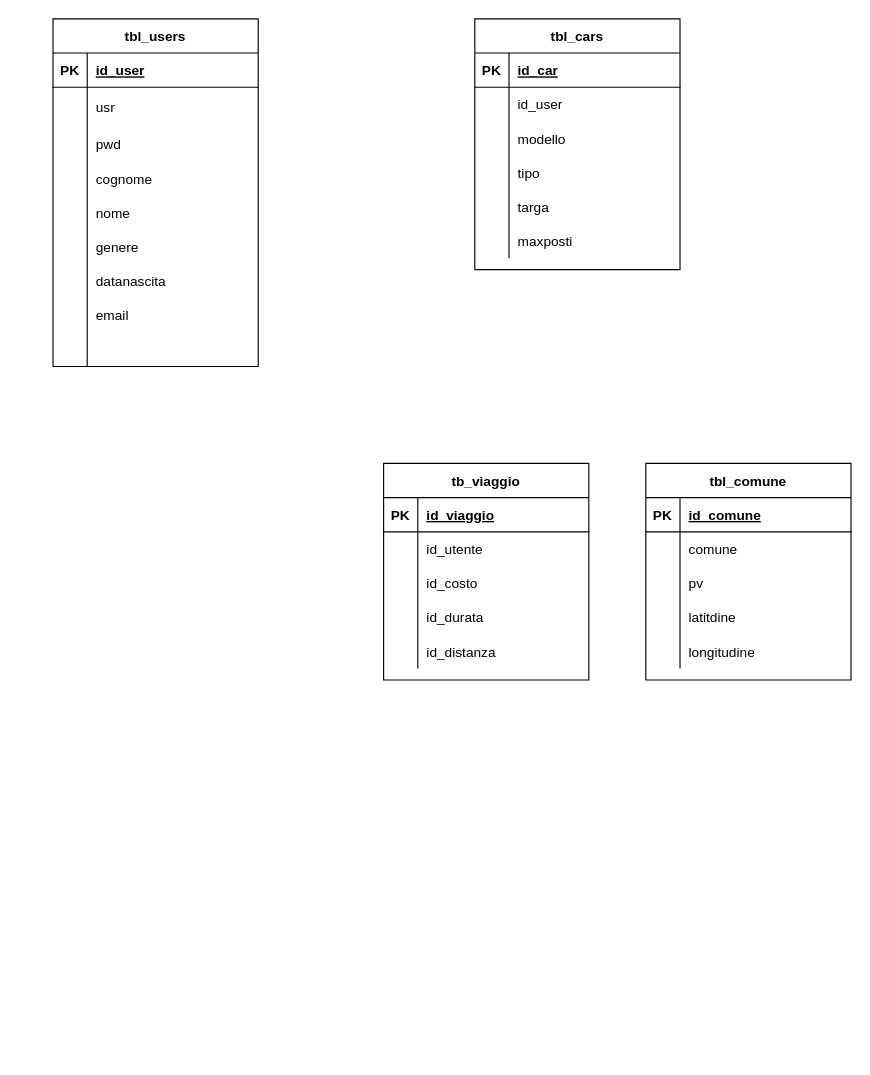
This is blablacar.drawio from andreabesso/andreabesso, a draw.io file, before an edit. Source tidied: cells renumbered, new cells numbered last; positions are measured from the earlier drawing's top-left corner, leaving out a move shared by most shapes. Both pictures are drawn from the tidied source at 114%, with x=0, y=0 at pixel (52, 18).
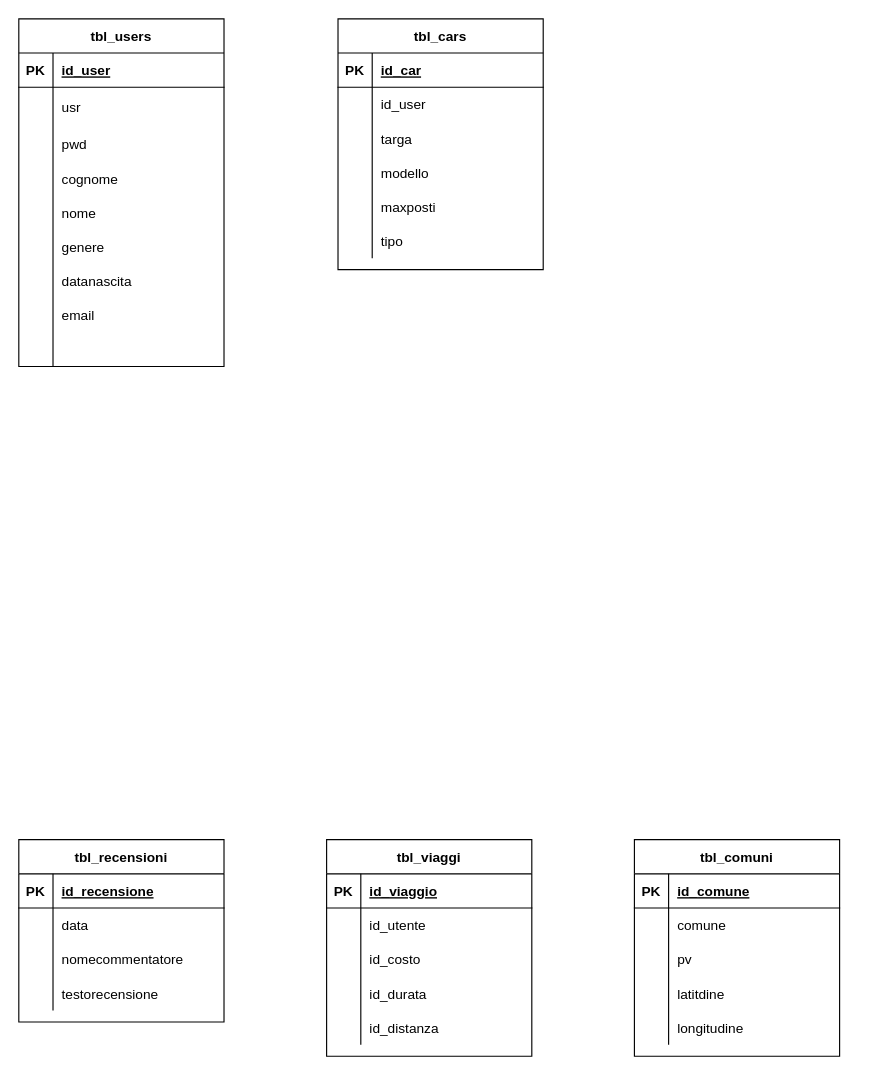
Above is the later version.

The edit, as a diff of the source:
```diff
@@
-    <mxCell id="2" value="tb_viaggio" style="shape=table;startSize=30;childLayout=tableLayout;rowLines=0;fontStyle=1;align=center;" parent="1" vertex="1">
-      <mxGeometry x="290" y="390" width="180" height="190" as="geometry" />
+    <mxCell id="2" value="tbl_viaggi" style="shape=table;startSize=30;childLayout=tableLayout;rowLines=0;fontStyle=1;align=center;" parent="1" vertex="1">
+      <mxGeometry x="240" y="720" width="180" height="190" as="geometry" />
     </mxCell>
@@
-    <mxCell id="18" value="tbl_comune" style="shape=table;startSize=30;childLayout=tableLayout;rowLines=0;fontStyle=1;align=center;" parent="1" vertex="1">
-      <mxGeometry x="520" y="390" width="180" height="190" as="geometry" />
+    <mxCell id="18" value="tbl_comuni" style="shape=table;startSize=30;childLayout=tableLayout;rowLines=0;fontStyle=1;align=center;" parent="1" vertex="1">
+      <mxGeometry x="510" y="720" width="180" height="190" as="geometry" />
     </mxCell>
@@
     <mxCell id="34" value="tbl_users" style="shape=table;startSize=30;childLayout=tableLayout;rowLines=0;fontStyle=1;align=center;" parent="1" vertex="1">
-      <mxGeometry width="180" height="305" as="geometry" />
+      <mxGeometry x="-30" width="180" height="305" as="geometry" />
     </mxCell>
@@
     <mxCell id="62" value="tbl_cars" style="shape=table;startSize=30;childLayout=tableLayout;rowLines=0;fontStyle=1;align=center;" parent="1" vertex="1">
-      <mxGeometry x="370" width="180" height="220" as="geometry" />
+      <mxGeometry x="250" width="180" height="220" as="geometry" />
     </mxCell>
@@
+    <mxCell id="75" style="shape=partialRectangle;fillColor=none;top=0;left=0;bottom=0;right=0;" parent="62" vertex="1">
+      <mxGeometry y="90" width="180" height="30" as="geometry" />
+    </mxCell>
+    <mxCell id="76" style="shape=partialRectangle;fillColor=none;top=0;left=0;bottom=0;right=0;overflow=hidden;" parent="75" vertex="1">
+      <mxGeometry width="30" height="30" as="geometry" />
+    </mxCell>
+    <mxCell id="77" value="targa" style="shape=partialRectangle;fillColor=none;top=0;left=0;bottom=0;right=0;align=left;spacingLeft=6;overflow=hidden;" parent="75" vertex="1">
+      <mxGeometry x="30" width="150" height="30" as="geometry" />
+    </mxCell>
     <mxCell id="69" style="shape=partialRectangle;fillColor=none;top=0;left=0;bottom=0;right=0;" parent="62" vertex="1">
-      <mxGeometry y="90" width="180" height="30" as="geometry" />
+      <mxGeometry y="120" width="180" height="30" as="geometry" />
     </mxCell>
@@
+    <mxCell id="78" style="shape=partialRectangle;fillColor=none;top=0;left=0;bottom=0;right=0;" parent="62" vertex="1">
+      <mxGeometry y="150" width="180" height="30" as="geometry" />
+    </mxCell>
+    <mxCell id="79" style="shape=partialRectangle;fillColor=none;top=0;left=0;bottom=0;right=0;overflow=hidden;" parent="78" vertex="1">
+      <mxGeometry width="30" height="30" as="geometry" />
+    </mxCell>
+    <mxCell id="80" value="maxposti" style="shape=partialRectangle;fillColor=none;top=0;left=0;bottom=0;right=0;align=left;spacingLeft=6;overflow=hidden;" parent="78" vertex="1">
+      <mxGeometry x="30" width="150" height="30" as="geometry" />
+    </mxCell>
     <mxCell id="72" style="shape=partialRectangle;fillColor=none;top=0;left=0;bottom=0;right=0;" parent="62" vertex="1">
-      <mxGeometry y="120" width="180" height="30" as="geometry" />
+      <mxGeometry y="180" width="180" height="30" as="geometry" />
     </mxCell>
@@
-    <mxCell id="75" style="shape=partialRectangle;fillColor=none;top=0;left=0;bottom=0;right=0;" parent="62" vertex="1">
-      <mxGeometry y="150" width="180" height="30" as="geometry" />
-    </mxCell>
-    <mxCell id="76" style="shape=partialRectangle;fillColor=none;top=0;left=0;bottom=0;right=0;overflow=hidden;" parent="75" vertex="1">
-      <mxGeometry width="30" height="30" as="geometry" />
-    </mxCell>
-    <mxCell id="77" value="targa" style="shape=partialRectangle;fillColor=none;top=0;left=0;bottom=0;right=0;align=left;spacingLeft=6;overflow=hidden;" parent="75" vertex="1">
-      <mxGeometry x="30" width="150" height="30" as="geometry" />
-    </mxCell>
-    <mxCell id="78" style="shape=partialRectangle;fillColor=none;top=0;left=0;bottom=0;right=0;" parent="62" vertex="1">
-      <mxGeometry y="180" width="180" height="30" as="geometry" />
-    </mxCell>
-    <mxCell id="79" style="shape=partialRectangle;fillColor=none;top=0;left=0;bottom=0;right=0;overflow=hidden;" parent="78" vertex="1">
-      <mxGeometry width="30" height="30" as="geometry" />
-    </mxCell>
-    <mxCell id="80" value="maxposti" style="shape=partialRectangle;fillColor=none;top=0;left=0;bottom=0;right=0;align=left;spacingLeft=6;overflow=hidden;" parent="78" vertex="1">
-      <mxGeometry x="30" width="150" height="30" as="geometry" />
-    </mxCell>
+    <mxCell id="81" value="tbl_recensioni" style="shape=table;startSize=30;childLayout=tableLayout;rowLines=0;fontStyle=1;align=center;" parent="1" vertex="1">
+      <mxGeometry x="-30" y="720" width="180" height="160" as="geometry" />
+    </mxCell>
+    <mxCell id="82" style="shape=partialRectangle;fillColor=none;top=0;left=0;bottom=1;right=0;" parent="81" vertex="1">
+      <mxGeometry y="30" width="180" height="30" as="geometry" />
+    </mxCell>
+    <mxCell id="83" value="PK" style="shape=partialRectangle;fillColor=none;top=0;left=0;bottom=0;right=0;fontStyle=1;overflow=hidden;" parent="82" vertex="1">
+      <mxGeometry width="30" height="30" as="geometry" />
+    </mxCell>
+    <mxCell id="84" value="id_recensione" style="shape=partialRectangle;fillColor=none;top=0;left=0;bottom=0;right=0;align=left;spacingLeft=6;fontStyle=5;overflow=hidden;" parent="82" vertex="1">
+      <mxGeometry x="30" width="150" height="30" as="geometry" />
+    </mxCell>
+    <mxCell id="85" style="shape=partialRectangle;fillColor=none;top=0;left=0;bottom=0;right=0;" parent="81" vertex="1">
+      <mxGeometry y="60" width="180" height="30" as="geometry" />
+    </mxCell>
+    <mxCell id="86" style="shape=partialRectangle;fillColor=none;top=0;left=0;bottom=0;right=0;overflow=hidden;" parent="85" vertex="1">
+      <mxGeometry width="30" height="30" as="geometry" />
+    </mxCell>
+    <mxCell id="87" value="data" style="shape=partialRectangle;fillColor=none;top=0;left=0;bottom=0;right=0;align=left;spacingLeft=6;overflow=hidden;" parent="85" vertex="1">
+      <mxGeometry x="30" width="150" height="30" as="geometry" />
+    </mxCell>
+    <mxCell id="88" style="shape=partialRectangle;fillColor=none;top=0;left=0;bottom=0;right=0;" parent="81" vertex="1">
+      <mxGeometry y="90" width="180" height="30" as="geometry" />
+    </mxCell>
+    <mxCell id="89" style="shape=partialRectangle;fillColor=none;top=0;left=0;bottom=0;right=0;overflow=hidden;" parent="88" vertex="1">
+      <mxGeometry width="30" height="30" as="geometry" />
+    </mxCell>
+    <mxCell id="90" value="nomecommentatore" style="shape=partialRectangle;fillColor=none;top=0;left=0;bottom=0;right=0;align=left;spacingLeft=6;overflow=hidden;" parent="88" vertex="1">
+      <mxGeometry x="30" width="150" height="30" as="geometry" />
+    </mxCell>
+    <mxCell id="91" style="shape=partialRectangle;fillColor=none;top=0;left=0;bottom=0;right=0;" parent="81" vertex="1">
+      <mxGeometry y="120" width="180" height="30" as="geometry" />
+    </mxCell>
+    <mxCell id="92" style="shape=partialRectangle;fillColor=none;top=0;left=0;bottom=0;right=0;overflow=hidden;" parent="91" vertex="1">
+      <mxGeometry width="30" height="30" as="geometry" />
+    </mxCell>
+    <mxCell id="93" value="testorecensione" style="shape=partialRectangle;fillColor=none;top=0;left=0;bottom=0;right=0;align=left;spacingLeft=6;overflow=hidden;" parent="91" vertex="1">
+      <mxGeometry x="30" width="150" height="30" as="geometry" />
+    </mxCell>
```
